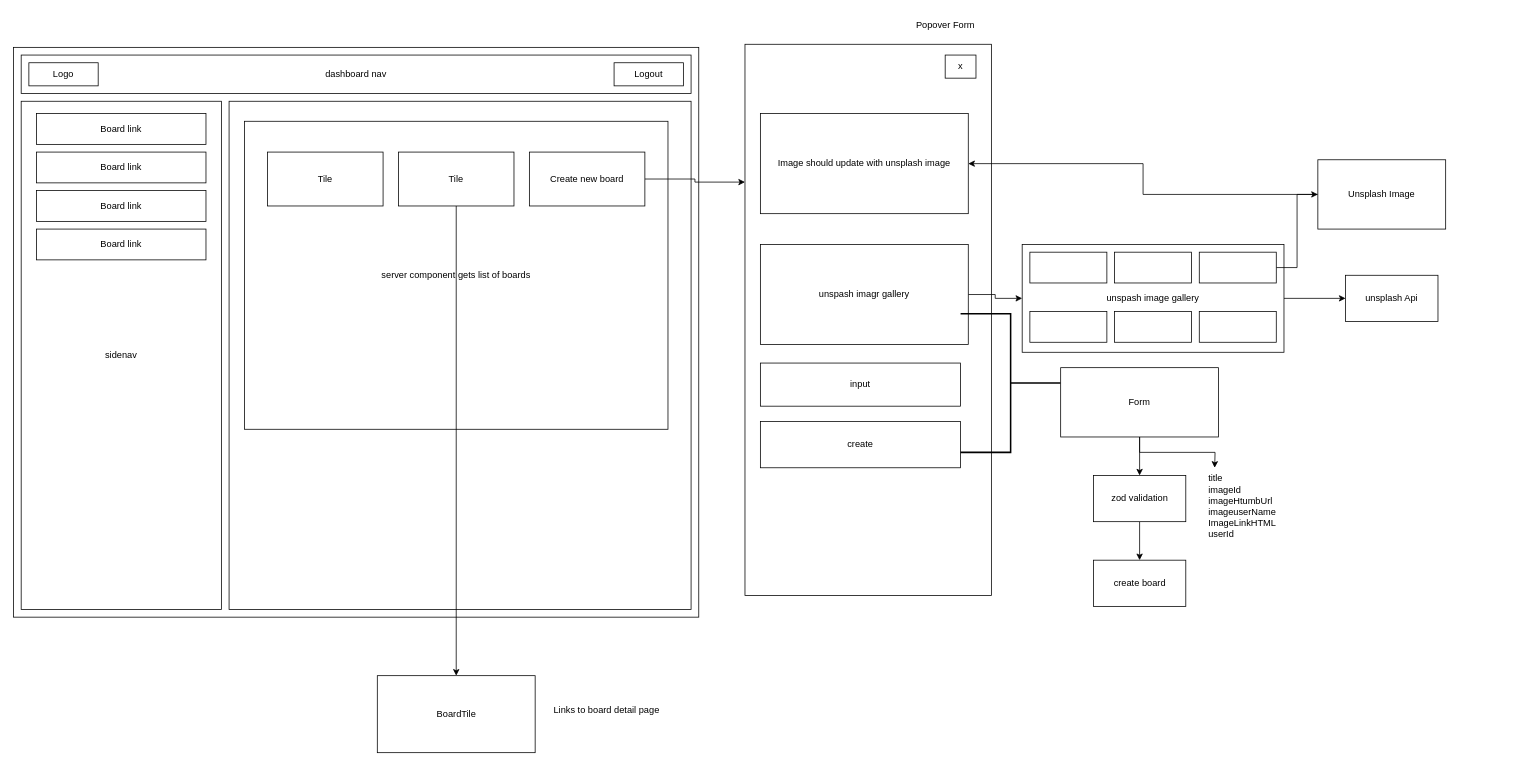
Earlier version of the draw.io diagram page "Boards Page" (3 of 4) of public/Untitled Diagram.drawio (eric-nichols-nyc/trellnode). Source tidied: cells renumbered, new cells numbered last; positions are measured from the earlier drawing's top-left corner, leaving out a move shared by most shapes. Both pictures are drawn from the tidied source at 77%, with x=0, y=0 at pixel (13, 13).
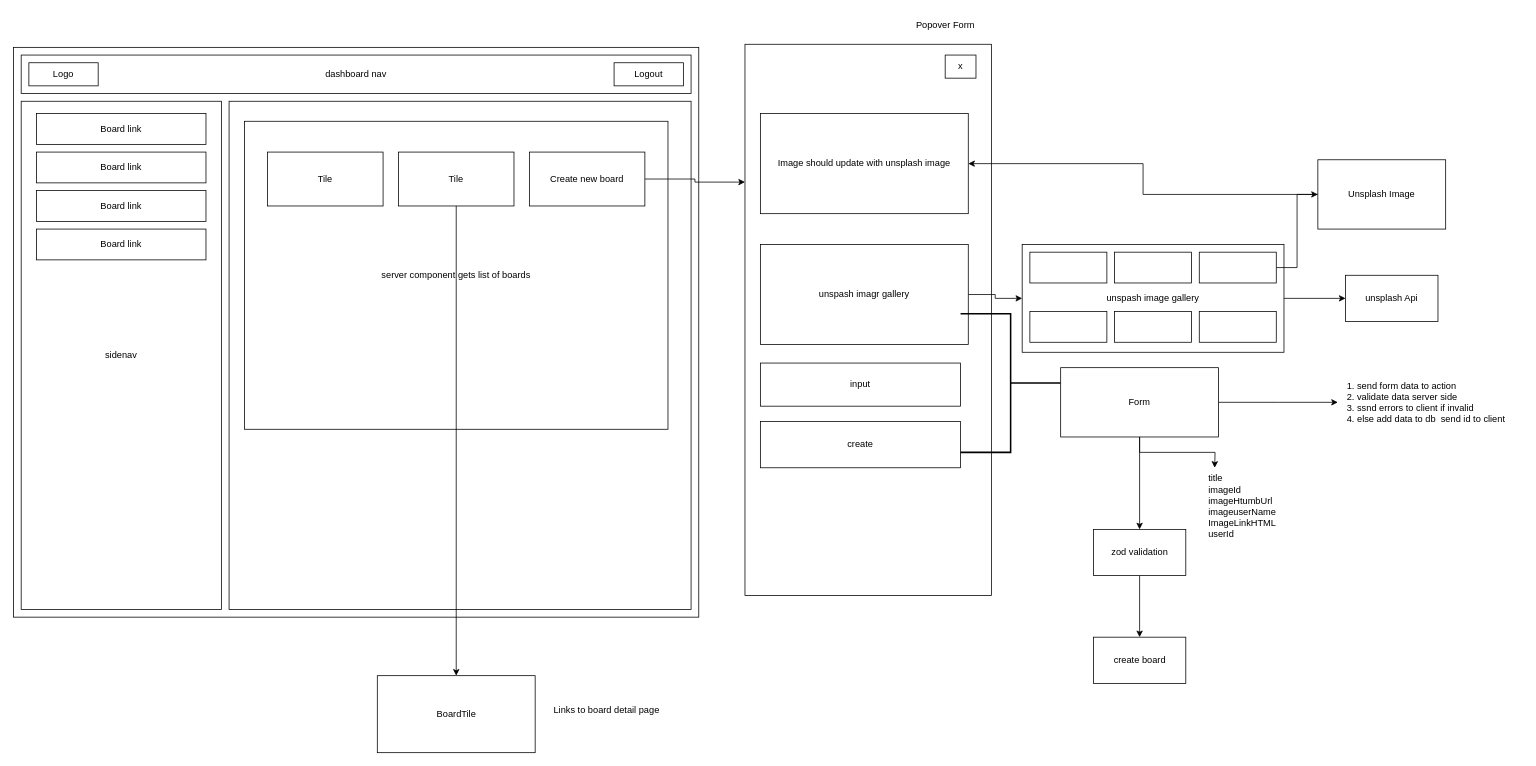
After the change.

Unchanged cells that the change refers to:
```xml
<mxCell id="18" value="Form" style="rounded=0;whiteSpace=wrap;html=1;" parent="1" vertex="1">
  <mxGeometry x="1360" y="460" width="205" height="90" as="geometry" />
</mxCell>
```

What changed in the source:
```diff
@@
+    <mxCell id="48" style="edgeStyle=orthogonalEdgeStyle;rounded=0;jettySize=auto;html=1;" parent="1" edge="1" source="18">
+      <mxGeometry relative="1" as="geometry">
+        <mxPoint x="1720" y="505" as="targetPoint" />
+      </mxGeometry>
+    </mxCell>
@@
     <mxCell id="37" value="zod validation" style="whiteSpace=wrap;html=1;rounded=0;" parent="1" vertex="1">
-      <mxGeometry x="1402.5" y="600" width="120" height="60" as="geometry" />
+      <mxGeometry x="1402.5" y="670" width="120" height="60" as="geometry" />
     </mxCell>
     <mxCell id="38" value="create board" style="whiteSpace=wrap;html=1;rounded=0;" parent="1" vertex="1">
-      <mxGeometry x="1402.5" y="710" width="120" height="60" as="geometry" />
+      <mxGeometry x="1402.5" y="810" width="120" height="60" as="geometry" />
     </mxCell>
@@
+    <mxCell id="49" value="1. send form data to action&lt;br&gt;2. validate data server side&lt;br&gt;3. ssnd errors to client if invalid&lt;br&gt;4. else add data to db&amp;nbsp; send id to client" style="text;html=1;align=left;verticalAlign=middle;strokeColor=none;fillColor=none;" parent="1" vertex="1">
+      <mxGeometry x="1730" y="470" width="230" height="70" as="geometry" />
+    </mxCell>
```
